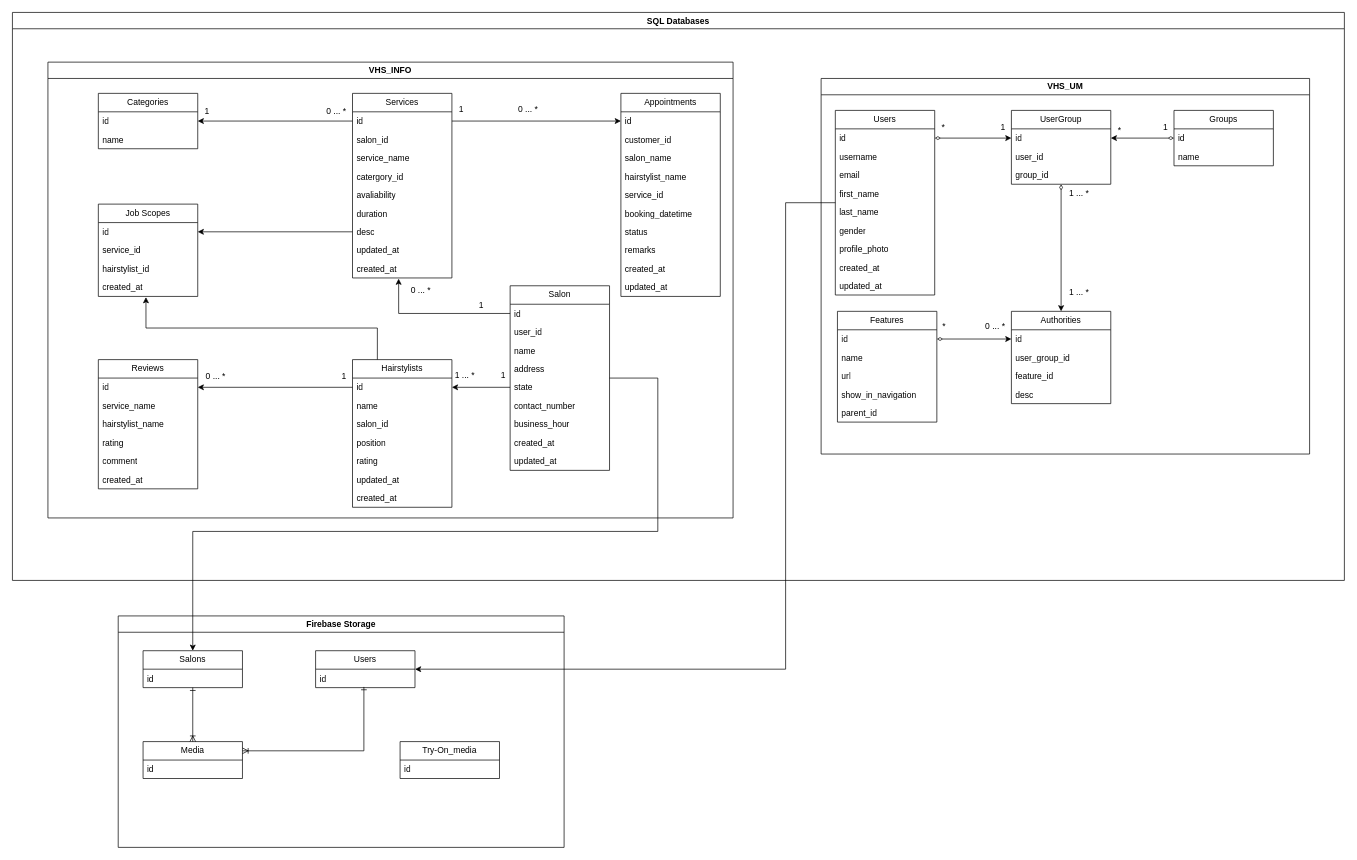
Wen-MY/virtual-hair-studio keeps this draw.io diagram as database-schema/database_schema_diagram.drawio. Above is the earlier version. Source tidied: cells renumbered, new cells numbered last; positions are measured from the earlier drawing's top-left corner, leaving out a move shared by most shapes. Both pictures are drawn from the tidied source at 71%, with x=0, y=0 at pixel (12, 12).
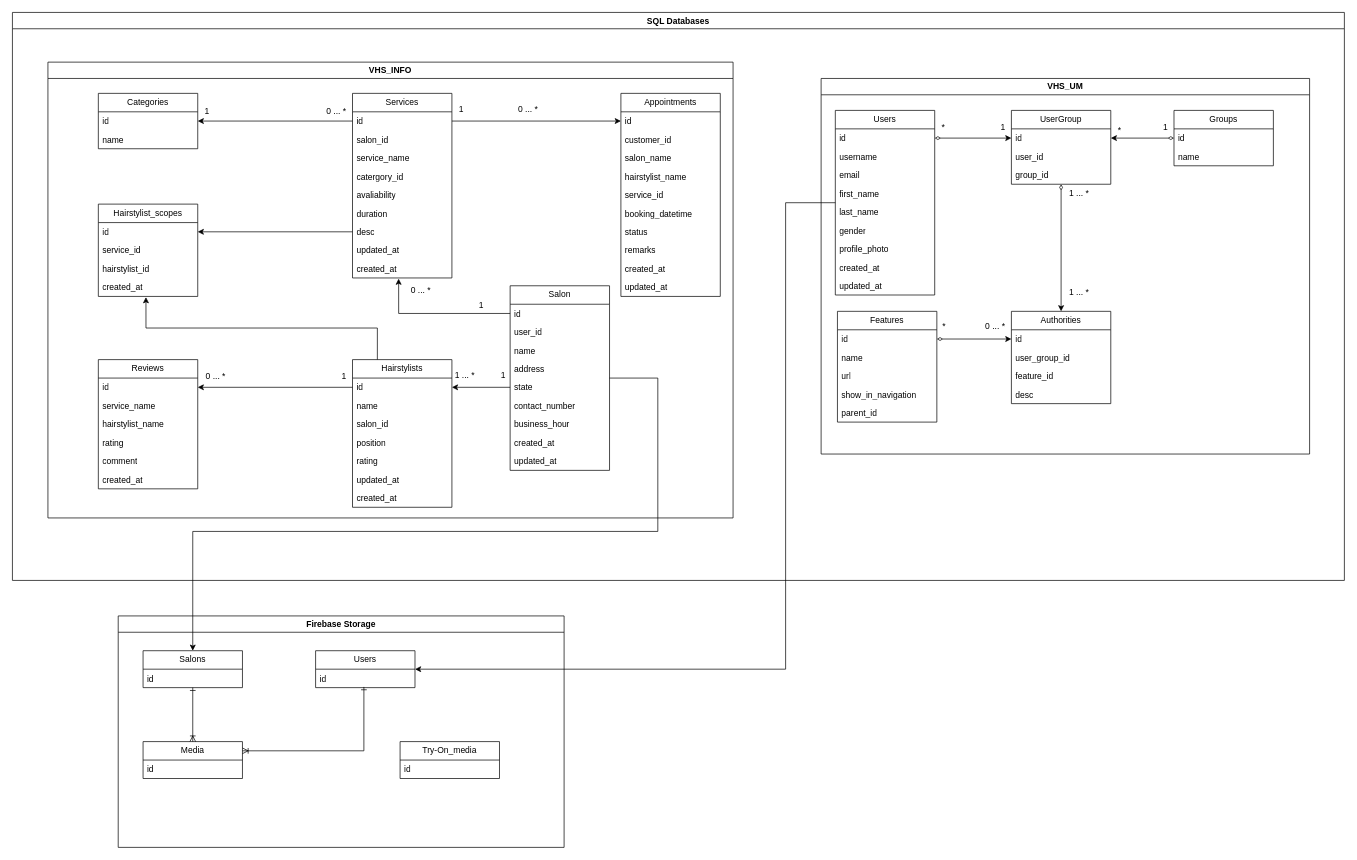
After the change.

Unchanged cells that the change refers to:
```xml
<mxCell id="44" value="VHS_INFO" style="swimlane;whiteSpace=wrap;html=1;" parent="2" vertex="1">
  <mxGeometry x="50" y="70" width="965" height="642" as="geometry" />
</mxCell>
```

Diff of the diagram source:
```diff
@@
-    <mxCell id="110" value="Job Scopes" style="swimlane;fontStyle=0;horizontal=1;startSize=26;fillColor=none;whiteSpace=wrap;html=1;" parent="44" vertex="1">
+    <mxCell id="110" value="Hairstylist_scopes" style="swimlane;fontStyle=0;horizontal=1;startSize=26;fillColor=none;whiteSpace=wrap;html=1;" parent="44" vertex="1">
       <mxGeometry x="71" y="200" width="140" height="130" as="geometry" />
     </mxCell>
```
